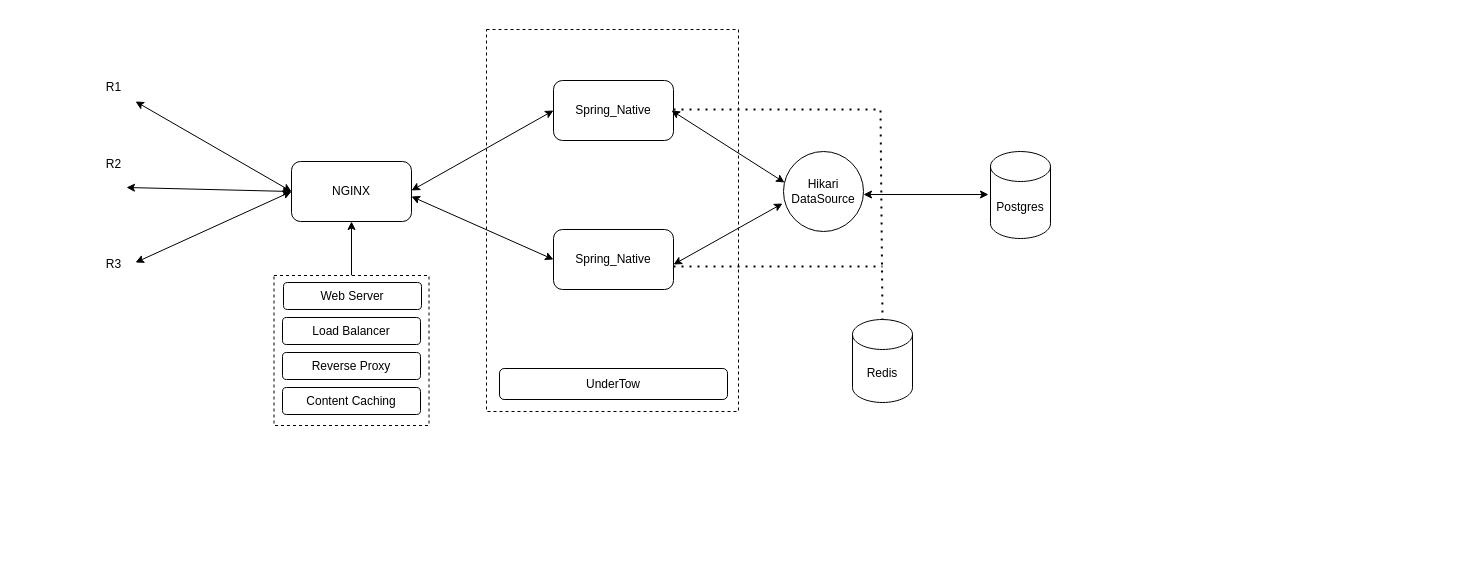
Above: Spring_Boot/Spring_Boot.drawio in suriya-mca/Design (draw.io), before the change. Source tidied: cells renumbered, new cells numbered last; positions are measured from the earlier drawing's top-left corner, leaving out a move shared by most shapes. Both pictures are drawn from the tidied source at 100%, with x=0, y=0 at pixel (96, 29).
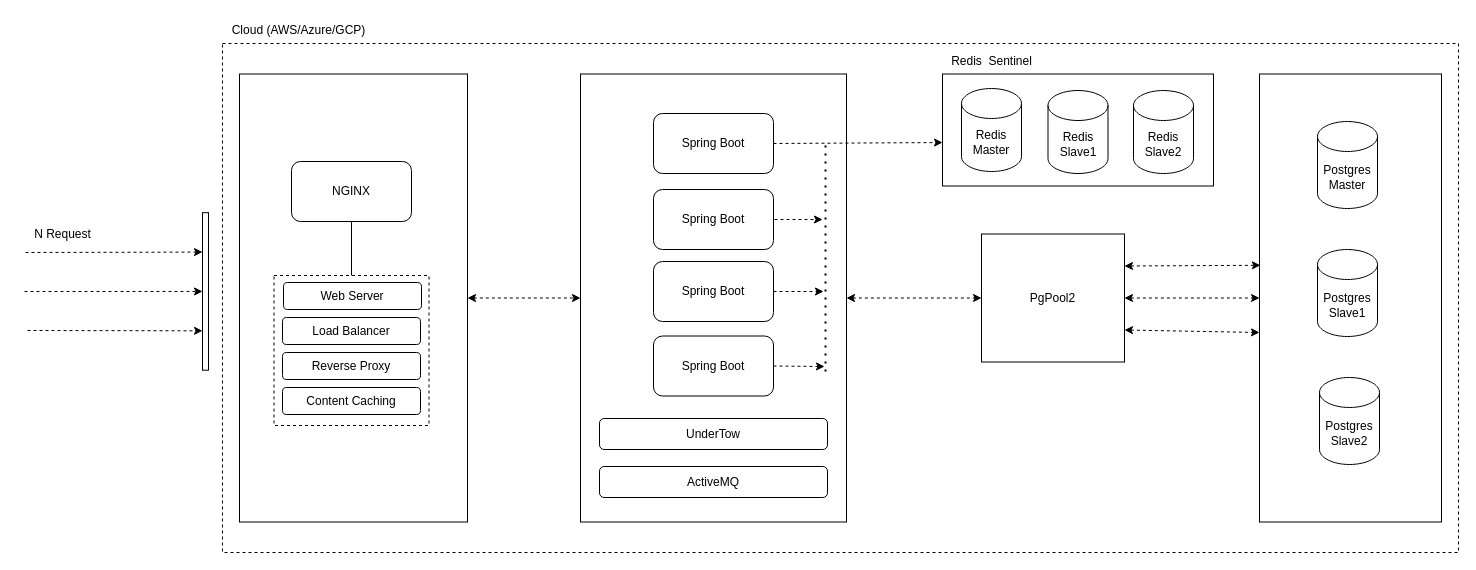
The same page after the edit.

Unchanged cells that the change refers to:
```xml
<mxCell id="3" value="NGINX" style="rounded=1;whiteSpace=wrap;html=1;" parent="1" vertex="1">
  <mxGeometry x="195" y="132" width="120" height="60" as="geometry" />
</mxCell>
<mxCell id="21" style="rounded=0;whiteSpace=wrap;html=1;dashed=1;" parent="1" vertex="1">
  <mxGeometry x="177.5" y="246" width="155" height="150" as="geometry" />
</mxCell>
<mxCell id="23" value="Load Balancer" style="rounded=1;whiteSpace=wrap;html=1;" parent="1" vertex="1">
  <mxGeometry x="186" y="288" width="138" height="27" as="geometry" />
</mxCell>
```

The edit, as a diff of the source:
```diff
@@
-    <mxCell id="2" style="rounded=0;whiteSpace=wrap;html=1;dashed=1;" parent="1" vertex="1">
-      <mxGeometry x="390" width="252" height="382" as="geometry" />
-    </mxCell>
+    <mxCell id="20" style="edgeStyle=orthogonalEdgeStyle;rounded=0;jettySize=auto;html=1;" parent="1" edge="1" source="21" target="3">
+      <mxGeometry relative="1" as="geometry" />
+    </mxCell>
+    <mxCell id="29" style="rounded=0;whiteSpace=wrap;html=1;dashed=1;" parent="1" vertex="1">
+      <mxGeometry x="126" y="14" width="1236" height="509" as="geometry" />
+    </mxCell>
+    <mxCell id="30" style="rounded=0;whiteSpace=wrap;html=1;dashed=0;" parent="1" vertex="1">
+      <mxGeometry x="143" y="44.5" width="228" height="448" as="geometry" />
+    </mxCell>
+    <mxCell id="31" style="rounded=0;whiteSpace=wrap;html=1;dashed=0;" parent="1" vertex="1">
+      <mxGeometry x="484" y="44.5" width="266" height="448" as="geometry" />
+    </mxCell>
+    <mxCell id="32" style="rounded=0;whiteSpace=wrap;html=1;dashed=0;" parent="1" vertex="1">
+      <mxGeometry x="1163" y="44.5" width="182" height="448" as="geometry" />
+    </mxCell>
+    <mxCell id="33" style="rounded=0;whiteSpace=wrap;html=1;dashed=0;" parent="1" vertex="1">
+      <mxGeometry x="846" y="44.5" width="271" height="112" as="geometry" />
+    </mxCell>
+    <mxCell id="34" style="edgeStyle=orthogonalEdgeStyle;rounded=0;jettySize=auto;html=1;" parent="1" edge="1" source="3" target="23">
+      <mxGeometry relative="1" as="geometry" />
+    </mxCell>
@@
-    <mxCell id="4" value="Spring_Native" style="rounded=1;whiteSpace=wrap;html=1;" parent="1" vertex="1">
-      <mxGeometry x="457" y="200" width="120" height="60" as="geometry" />
-    </mxCell>
-    <mxCell id="5" value="Spring_Native" style="rounded=1;whiteSpace=wrap;html=1;" parent="1" vertex="1">
-      <mxGeometry x="457" y="51" width="120" height="60" as="geometry" />
-    </mxCell>
-    <mxCell id="6" value="Postgres" style="shape=cylinder3;whiteSpace=wrap;html=1;boundedLbl=1;backgroundOutline=1;size=15;" parent="1" vertex="1">
-      <mxGeometry x="894" y="122" width="60" height="87" as="geometry" />
-    </mxCell>
-    <mxCell id="7" value="Hikari DataSource" style="ellipse;whiteSpace=wrap;html=1;" parent="1" vertex="1">
-      <mxGeometry x="687" y="122" width="80" height="80" as="geometry" />
-    </mxCell>
-    <mxCell id="8" style="endArrow=classic;startArrow=classic;html=1;rounded=0;" parent="1" edge="1">
-      <mxGeometry relative="1" as="geometry">
-        <mxPoint x="767" y="165" as="sourcePoint" />
-        <mxPoint x="892" y="165" as="targetPoint" />
-      </mxGeometry>
-    </mxCell>
-    <mxCell id="9" style="endArrow=classic;startArrow=classic;html=1;rounded=0;entryX=-0.012;entryY=0.65;entryDx=0;entryDy=0;entryPerimeter=0;" parent="1" edge="1" target="7">
-      <mxGeometry relative="1" as="geometry">
-        <mxPoint x="577" y="235" as="sourcePoint" />
-      </mxGeometry>
-    </mxCell>
-    <mxCell id="10" style="endArrow=classic;startArrow=classic;html=1;rounded=0;entryX=0.013;entryY=0.388;entryDx=0;entryDy=0;entryPerimeter=0;" parent="1" edge="1" target="7">
-      <mxGeometry relative="1" as="geometry">
-        <mxPoint x="575" y="81" as="sourcePoint" />
-      </mxGeometry>
-    </mxCell>
-    <mxCell id="11" value="UnderTow" style="rounded=1;whiteSpace=wrap;html=1;" parent="1" vertex="1">
-      <mxGeometry x="403" y="339" width="228" height="31" as="geometry" />
-    </mxCell>
-    <mxCell id="12" style="endArrow=classic;startArrow=classic;html=1;rounded=0;entryX=0;entryY=0.5;entryDx=0;entryDy=0;" parent="1" edge="1" target="4">
-      <mxGeometry relative="1" as="geometry">
-        <mxPoint x="315" y="167" as="sourcePoint" />
-      </mxGeometry>
-    </mxCell>
-    <mxCell id="13" style="endArrow=classic;startArrow=classic;html=1;rounded=0;entryX=0;entryY=0.5;entryDx=0;entryDy=0;" parent="1" edge="1" target="5">
-      <mxGeometry relative="1" as="geometry">
-        <mxPoint x="315" y="161" as="sourcePoint" />
-      </mxGeometry>
-    </mxCell>
-    <mxCell id="14" style="endArrow=classic;startArrow=classic;html=1;rounded=0;entryX=0;entryY=0.5;entryDx=0;entryDy=0;" parent="1" edge="1" target="3">
-      <mxGeometry relative="1" as="geometry">
-        <mxPoint x="39" y="233" as="sourcePoint" />
-      </mxGeometry>
-    </mxCell>
-    <mxCell id="15" style="endArrow=classic;startArrow=classic;html=1;rounded=0;entryX=0;entryY=0.5;entryDx=0;entryDy=0;" parent="1" edge="1" target="3">
-      <mxGeometry relative="1" as="geometry">
-        <mxPoint x="30" y="158" as="sourcePoint" />
-      </mxGeometry>
-    </mxCell>
-    <mxCell id="16" style="endArrow=classic;startArrow=classic;html=1;rounded=0;entryX=0;entryY=0.5;entryDx=0;entryDy=0;exitX=1.182;exitY=1.038;exitDx=0;exitDy=0;exitPerimeter=0;" parent="1" edge="1" source="17" target="3">
-      <mxGeometry relative="1" as="geometry" />
-    </mxCell>
-    <mxCell id="17" value="R1" style="text;html=1;align=center;verticalAlign=middle;points=[];strokeColor=none;fillColor=none;" parent="1" vertex="1">
-      <mxGeometry y="45" width="33" height="26" as="geometry" />
-    </mxCell>
-    <mxCell id="18" value="R2" style="text;html=1;align=center;verticalAlign=middle;strokeColor=none;fillColor=none;" parent="1" vertex="1">
-      <mxGeometry y="122" width="33" height="26" as="geometry" />
-    </mxCell>
-    <mxCell id="19" value="R3" style="text;html=1;align=center;verticalAlign=middle;strokeColor=none;fillColor=none;" parent="1" vertex="1">
-      <mxGeometry y="222" width="33" height="26" as="geometry" />
-    </mxCell>
-    <mxCell id="20" style="edgeStyle=orthogonalEdgeStyle;rounded=0;jettySize=auto;html=1;" parent="1" edge="1" source="21" target="3">
-      <mxGeometry relative="1" as="geometry" />
-    </mxCell>
@@
-    <mxCell id="26" value="Redis" style="shape=cylinder3;whiteSpace=wrap;html=1;boundedLbl=1;backgroundOutline=1;size=15;" parent="1" vertex="1">
-      <mxGeometry x="756" y="290" width="60" height="83" as="geometry" />
-    </mxCell>
-    <mxCell id="27" style="endArrow=none;dashed=1;html=1;dashPattern=1 3;strokeWidth=2;rounded=0;entryX=0.5;entryY=0;entryDx=0;entryDy=0;entryPerimeter=0;" parent="1" edge="1" target="26">
-      <mxGeometry relative="1" as="geometry">
-        <mxPoint x="577" y="80" as="sourcePoint" />
-        <Array as="points">
-          <mxPoint x="784" y="80" />
-        </Array>
-      </mxGeometry>
-    </mxCell>
-    <mxCell id="28" style="endArrow=none;dashed=1;html=1;dashPattern=1 3;strokeWidth=2;rounded=0;" parent="1" edge="1">
-      <mxGeometry relative="1" as="geometry">
-        <mxPoint x="577" y="237" as="sourcePoint" />
-        <mxPoint x="786" y="237" as="targetPoint" />
-      </mxGeometry>
-    </mxCell>
+    <mxCell id="11" value="UnderTow" style="rounded=1;whiteSpace=wrap;html=1;" parent="1" vertex="1">
+      <mxGeometry x="503" y="389" width="228" height="31" as="geometry" />
+    </mxCell>
+    <mxCell id="35" value="ActiveMQ" style="rounded=1;whiteSpace=wrap;html=1;" parent="1" vertex="1">
+      <mxGeometry x="503" y="437" width="228" height="31" as="geometry" />
+    </mxCell>
+    <mxCell id="36" value="Spring Boot" style="rounded=1;whiteSpace=wrap;html=1;" parent="1" vertex="1">
+      <mxGeometry x="557" y="84" width="120" height="60" as="geometry" />
+    </mxCell>
+    <mxCell id="37" value="Spring Boot" style="rounded=1;whiteSpace=wrap;html=1;" parent="1" vertex="1">
+      <mxGeometry x="557" y="160" width="120" height="60" as="geometry" />
+    </mxCell>
+    <mxCell id="38" value="Spring Boot" style="rounded=1;whiteSpace=wrap;html=1;" parent="1" vertex="1">
+      <mxGeometry x="557" y="232" width="120" height="60" as="geometry" />
+    </mxCell>
+    <mxCell id="39" value="Spring Boot" style="rounded=1;whiteSpace=wrap;html=1;" parent="1" vertex="1">
+      <mxGeometry x="557" y="306.5" width="120" height="60" as="geometry" />
+    </mxCell>
+    <mxCell id="40" value="Redis&lt;br&gt;Slave1" style="shape=cylinder3;whiteSpace=wrap;html=1;boundedLbl=1;backgroundOutline=1;size=15;" parent="1" vertex="1">
+      <mxGeometry x="951.5" y="61" width="60" height="83" as="geometry" />
+    </mxCell>
+    <mxCell id="41" value="Redis&lt;br&gt;Master" style="shape=cylinder3;whiteSpace=wrap;html=1;boundedLbl=1;backgroundOutline=1;size=15;" parent="1" vertex="1">
+      <mxGeometry x="865" y="59" width="60" height="83" as="geometry" />
+    </mxCell>
+    <mxCell id="42" value="Redis&lt;br&gt;Slave2" style="shape=cylinder3;whiteSpace=wrap;html=1;boundedLbl=1;backgroundOutline=1;size=15;" parent="1" vertex="1">
+      <mxGeometry x="1037" y="61" width="60" height="83" as="geometry" />
+    </mxCell>
+    <mxCell id="43" value="Cloud (AWS/Azure/GCP)" style="text;html=1;align=center;verticalAlign=middle;strokeColor=none;fillColor=none;" parent="1" vertex="1">
+      <mxGeometry x="126" y="-12" width="152" height="26" as="geometry" />
+    </mxCell>
+    <mxCell id="44" value="PgPool2" style="rounded=0;whiteSpace=wrap;html=1;dashed=0;" parent="1" vertex="1">
+      <mxGeometry x="885" y="204.5" width="143" height="128" as="geometry" />
+    </mxCell>
+    <mxCell id="45" value="Postgres&lt;br&gt;Slave1" style="shape=cylinder3;whiteSpace=wrap;html=1;boundedLbl=1;backgroundOutline=1;size=15;" parent="1" vertex="1">
+      <mxGeometry x="1221" y="220" width="60" height="87" as="geometry" />
+    </mxCell>
+    <mxCell id="46" value="Postgres&lt;br&gt;Master" style="shape=cylinder3;whiteSpace=wrap;html=1;boundedLbl=1;backgroundOutline=1;size=15;" parent="1" vertex="1">
+      <mxGeometry x="1221" y="92" width="60" height="87" as="geometry" />
+    </mxCell>
+    <mxCell id="47" value="Postgres&lt;br&gt;Slave2" style="shape=cylinder3;whiteSpace=wrap;html=1;boundedLbl=1;backgroundOutline=1;size=15;" parent="1" vertex="1">
+      <mxGeometry x="1223" y="348" width="60" height="87" as="geometry" />
+    </mxCell>
+    <mxCell id="48" style="endArrow=classic;html=1;rounded=0;exitX=1;exitY=0.5;exitDx=0;exitDy=0;entryX=0;entryY=0.612;entryDx=0;entryDy=0;entryPerimeter=0;dashed=1;" parent="1" edge="1" source="36" target="33">
+      <mxGeometry relative="1" as="geometry" />
+    </mxCell>
+    <mxCell id="49" style="endArrow=none;dashed=1;html=1;dashPattern=1 3;strokeWidth=2;rounded=0;" parent="1" edge="1">
+      <mxGeometry relative="1" as="geometry">
+        <mxPoint x="729" y="342" as="sourcePoint" />
+        <mxPoint x="729" y="113" as="targetPoint" />
+      </mxGeometry>
+    </mxCell>
+    <mxCell id="50" style="endArrow=classic;html=1;rounded=0;dashed=1;" parent="1" edge="1">
+      <mxGeometry relative="1" as="geometry">
+        <mxPoint x="678" y="190" as="sourcePoint" />
+        <mxPoint x="726" y="190" as="targetPoint" />
+      </mxGeometry>
+    </mxCell>
+    <mxCell id="51" style="endArrow=classic;html=1;rounded=0;exitX=1;exitY=0.5;exitDx=0;exitDy=0;dashed=1;" parent="1" edge="1" source="38">
+      <mxGeometry relative="1" as="geometry">
+        <mxPoint x="727" y="262" as="targetPoint" />
+      </mxGeometry>
+    </mxCell>
+    <mxCell id="52" style="endArrow=classic;html=1;rounded=0;exitX=1;exitY=0.5;exitDx=0;exitDy=0;dashed=1;" parent="1" edge="1" source="39">
+      <mxGeometry relative="1" as="geometry">
+        <mxPoint x="728" y="337" as="targetPoint" />
+      </mxGeometry>
+    </mxCell>
+    <mxCell id="53" value="Redis&amp;nbsp;&amp;nbsp;Sentinel" style="text;html=1;align=center;verticalAlign=middle;strokeColor=none;fillColor=none;" parent="1" vertex="1">
+      <mxGeometry x="845.5" y="18.5" width="99" height="26" as="geometry" />
+    </mxCell>
+    <mxCell id="54" style="endArrow=classic;startArrow=classic;html=1;rounded=0;entryX=0;entryY=0.5;entryDx=0;entryDy=0;dashed=1;exitX=1;exitY=0.5;exitDx=0;exitDy=0;" parent="1" edge="1" source="30" target="31">
+      <mxGeometry relative="1" as="geometry" />
+    </mxCell>
+    <mxCell id="55" style="endArrow=classic;startArrow=classic;html=1;rounded=0;entryX=0.005;entryY=0.427;entryDx=0;entryDy=0;dashed=1;exitX=1;exitY=0.25;exitDx=0;exitDy=0;entryPerimeter=0;" parent="1" edge="1" source="44" target="32">
+      <mxGeometry relative="1" as="geometry" />
+    </mxCell>
+    <mxCell id="56" style="endArrow=classic;startArrow=classic;html=1;rounded=0;entryX=0;entryY=0.5;entryDx=0;entryDy=0;dashed=1;exitX=1;exitY=0.5;exitDx=0;exitDy=0;" parent="1" edge="1" source="31" target="44">
+      <mxGeometry relative="1" as="geometry" />
+    </mxCell>
+    <mxCell id="57" style="endArrow=classic;startArrow=classic;html=1;rounded=0;entryX=0;entryY=0.577;entryDx=0;entryDy=0;dashed=1;exitX=1;exitY=0.75;exitDx=0;exitDy=0;entryPerimeter=0;" parent="1" edge="1" source="44" target="32">
+      <mxGeometry relative="1" as="geometry" />
+    </mxCell>
+    <mxCell id="58" style="endArrow=classic;startArrow=classic;html=1;rounded=0;entryX=0;entryY=0.5;entryDx=0;entryDy=0;dashed=1;exitX=1;exitY=0.5;exitDx=0;exitDy=0;" parent="1" edge="1" source="44" target="32">
+      <mxGeometry relative="1" as="geometry" />
+    </mxCell>
+    <mxCell id="59" style="rounded=0;whiteSpace=wrap;html=1;" parent="1" vertex="1">
+      <mxGeometry x="106" y="183.2" width="6" height="157.5" as="geometry" />
+    </mxCell>
+    <mxCell id="60" style="endArrow=classic;html=1;rounded=0;dashed=1;entryX=0;entryY=0.25;entryDx=0;entryDy=0;" parent="1" edge="1" target="59">
+      <mxGeometry relative="1" as="geometry">
+        <mxPoint x="-71" y="223" as="sourcePoint" />
+      </mxGeometry>
+    </mxCell>
+    <mxCell id="61" style="endArrow=classic;html=1;rounded=0;dashed=1;entryX=0;entryY=0.5;entryDx=0;entryDy=0;" parent="1" edge="1" target="59">
+      <mxGeometry relative="1" as="geometry">
+        <mxPoint x="-72" y="262" as="sourcePoint" />
+      </mxGeometry>
+    </mxCell>
+    <mxCell id="62" style="endArrow=classic;html=1;rounded=0;dashed=1;entryX=0;entryY=0.75;entryDx=0;entryDy=0;" parent="1" edge="1" target="59">
+      <mxGeometry relative="1" as="geometry">
+        <mxPoint x="-69" y="301" as="sourcePoint" />
+      </mxGeometry>
+    </mxCell>
+    <mxCell id="63" value="N Request" style="text;html=1;align=center;verticalAlign=middle;strokeColor=none;fillColor=none;" parent="1" vertex="1">
+      <mxGeometry x="-72" y="192" width="75" height="26" as="geometry" />
+    </mxCell>
```
